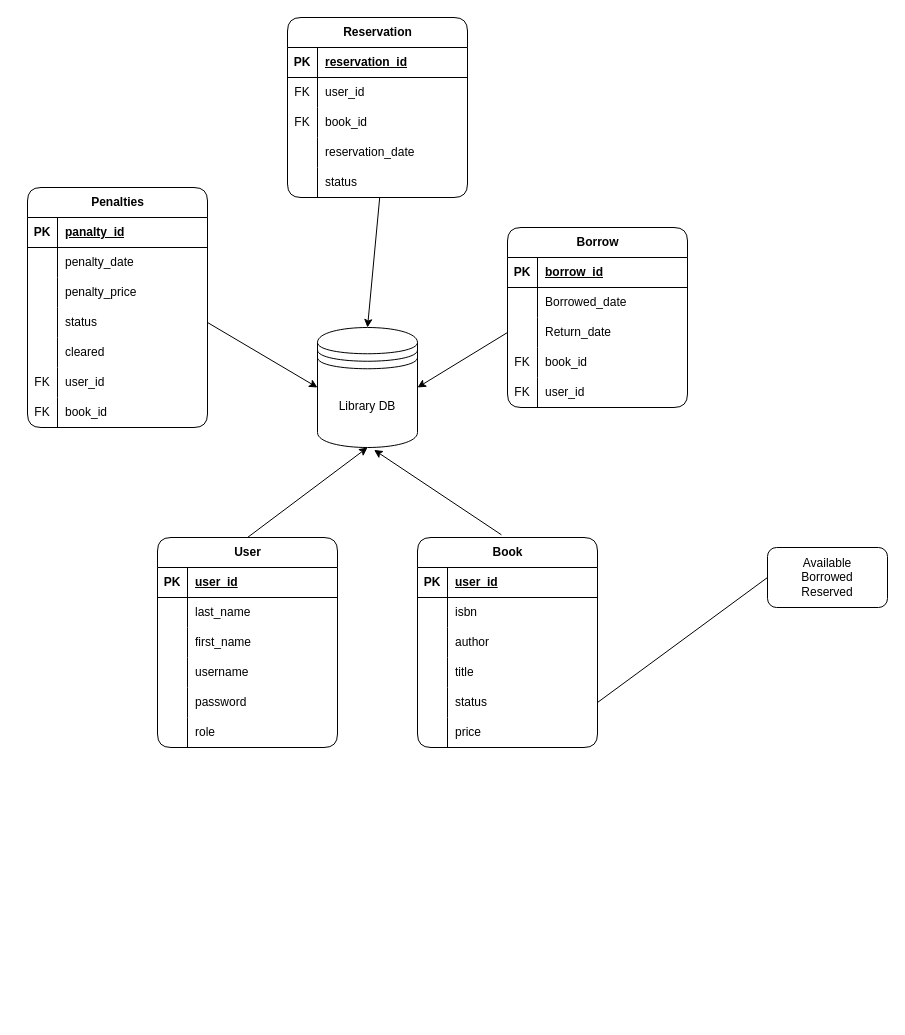
Above: library_system/librarysystemrevised.drawio in ellerib/AP3 (draw.io), before the change. Source tidied: cells renumbered, new cells numbered last; positions are measured from the earlier drawing's top-left corner, leaving out a move shared by most shapes. Both pictures are drawn from the tidied source at 100%, with x=0, y=0 at pixel (27, 17).
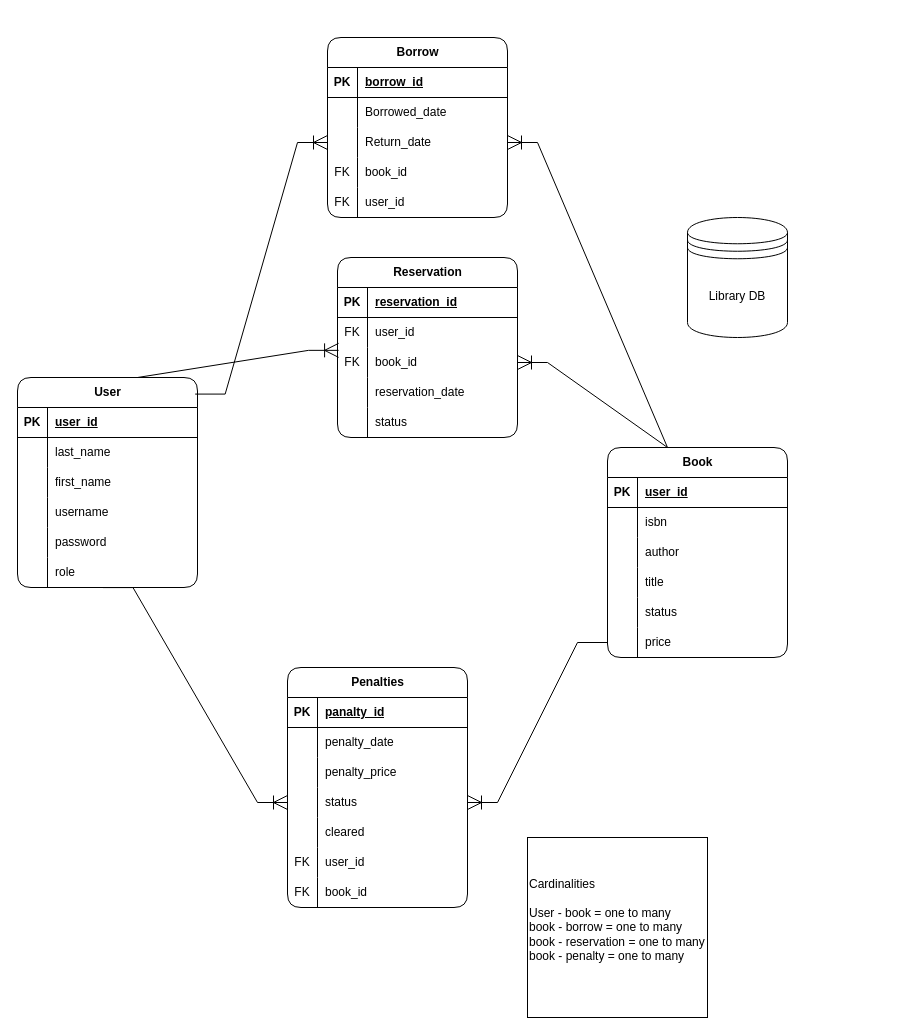
After the change.

Unchanged cells that the change refers to:
```xml
<mxCell id="18" style="shape=tableRow;horizontal=0;startSize=0;swimlaneHead=0;swimlaneBody=0;fillColor=none;points=[[0,0.5],[1,0.5]];portConstraint=eastwest;top=0;left=0;right=0;bottom=0;" parent="2" vertex="1">
  <mxGeometry y="180" width="180" height="30" as="geometry" />
</mxCell>
<mxCell id="34" style="shape=tableRow;horizontal=0;startSize=0;swimlaneHead=0;swimlaneBody=0;fillColor=none;points=[[0,0.5],[1,0.5]];portConstraint=eastwest;top=0;left=0;right=0;bottom=0;" parent="21" vertex="1">
  <mxGeometry y="150" width="180" height="30" as="geometry" />
</mxCell>
<mxCell id="37" style="shape=tableRow;horizontal=0;startSize=0;swimlaneHead=0;swimlaneBody=0;fillColor=none;points=[[0,0.5],[1,0.5]];portConstraint=eastwest;top=0;left=0;right=0;bottom=0;" parent="21" vertex="1">
  <mxGeometry y="180" width="180" height="30" as="geometry" />
</mxCell>
<mxCell id="52" style="shape=tableRow;horizontal=0;startSize=0;swimlaneHead=0;swimlaneBody=0;fillColor=none;points=[[0,0.5],[1,0.5]];portConstraint=eastwest;top=0;left=0;right=0;bottom=0;" parent="45" vertex="1">
  <mxGeometry y="90" width="180" height="30" as="geometry" />
</mxCell>
<mxCell id="68" style="shape=tableRow;horizontal=0;startSize=0;swimlaneHead=0;swimlaneBody=0;fillColor=none;points=[[0,0.5],[1,0.5]];portConstraint=eastwest;top=0;left=0;right=0;bottom=0;" parent="61" vertex="1">
  <mxGeometry y="90" width="180" height="30" as="geometry" />
</mxCell>
<mxCell id="74" style="shape=tableRow;horizontal=0;startSize=0;swimlaneHead=0;swimlaneBody=0;fillColor=none;points=[[0,0.5],[1,0.5]];portConstraint=eastwest;top=0;left=0;right=0;bottom=0;" parent="61" vertex="1">
  <mxGeometry y="150" width="180" height="30" as="geometry" />
</mxCell>
<mxCell id="87" style="shape=tableRow;horizontal=0;startSize=0;swimlaneHead=0;swimlaneBody=0;fillColor=none;points=[[0,0.5],[1,0.5]];portConstraint=eastwest;top=0;left=0;right=0;bottom=0;" parent="77" vertex="1">
  <mxGeometry y="120" width="180" height="30" as="geometry" />
</mxCell>
```

Change to the diagram source:
```diff
@@
     <mxCell id="2" value="User" style="shape=table;startSize=30;childLayout=tableLayout;rowLines=0;fontStyle=1;align=center;html=1;rounded=1;" parent="1" vertex="1">
-      <mxGeometry x="130" y="520" width="180" height="210" as="geometry" />
+      <mxGeometry x="-10" y="360" width="180" height="210" as="geometry" />
     </mxCell>
@@
     <mxCell id="21" value="Book" style="shape=table;startSize=30;childLayout=tableLayout;rowLines=0;fontStyle=1;align=center;html=1;rounded=1;" parent="1" vertex="1">
-      <mxGeometry x="390" y="520" width="180" height="210" as="geometry" />
+      <mxGeometry x="580" y="430" width="180" height="210" as="geometry" />
     </mxCell>
@@
-    <mxCell id="40" value="Available&lt;div&gt;Borrowed&lt;/div&gt;&lt;div&gt;Reserved&lt;/div&gt;" style="rounded=1;whiteSpace=wrap;html=1;" parent="1" vertex="1">
-      <mxGeometry x="740" y="530" width="120" height="60" as="geometry" />
-    </mxCell>
-    <mxCell id="41" style="endArrow=none;html=1;rounded=0;entryX=1;entryY=0.5;entryDx=0;entryDy=0;exitX=0;exitY=0.5;exitDx=0;exitDy=0;" parent="1" edge="1" source="40" target="34">
-      <mxGeometry relative="1" as="geometry" />
-    </mxCell>
-    <mxCell id="42" style="endArrow=classic;html=1;rounded=0;exitX=0.5;exitY=0;exitDx=0;exitDy=0;entryX=0.5;entryY=1;entryDx=0;entryDy=0;" parent="1" edge="1" source="2" target="44">
-      <mxGeometry relative="1" as="geometry" />
-    </mxCell>
-    <mxCell id="43" style="endArrow=classic;html=1;rounded=0;exitX=0.466;exitY=-0.013;exitDx=0;exitDy=0;exitPerimeter=0;entryX=0.566;entryY=1.02;entryDx=0;entryDy=0;entryPerimeter=0;" parent="1" edge="1" source="21" target="44">
-      <mxGeometry relative="1" as="geometry" />
-    </mxCell>
     <mxCell id="44" value="Library DB" style="shape=datastore;whiteSpace=wrap;html=1;" parent="1" vertex="1">
-      <mxGeometry x="290" y="310" width="100" height="120" as="geometry" />
+      <mxGeometry x="660" y="200" width="100" height="120" as="geometry" />
     </mxCell>
     <mxCell id="45" value="Borrow" style="shape=table;startSize=30;childLayout=tableLayout;rowLines=0;fontStyle=1;align=center;html=1;rounded=1;" parent="1" vertex="1">
-      <mxGeometry x="480" y="210" width="180" height="180" as="geometry" />
+      <mxGeometry x="300" y="20" width="180" height="180" as="geometry" />
     </mxCell>
@@
     <mxCell id="61" value="Reservation" style="shape=table;startSize=30;childLayout=tableLayout;rowLines=0;fontStyle=1;align=center;html=1;rounded=1;shadow=0;swimlaneLine=1;" parent="1" vertex="1">
-      <mxGeometry x="260" width="180" height="180" as="geometry" />
+      <mxGeometry x="310" y="240" width="180" height="180" as="geometry" />
     </mxCell>
@@
     <mxCell id="77" value="Penalties" style="shape=table;startSize=30;childLayout=tableLayout;rowLines=0;fontStyle=1;align=center;html=1;rounded=1;" parent="1" vertex="1">
-      <mxGeometry y="170" width="180" height="240" as="geometry" />
+      <mxGeometry x="260" y="650" width="180" height="240" as="geometry" />
     </mxCell>
@@
-    <mxCell id="99" style="endArrow=classic;html=1;rounded=0;exitX=1;exitY=0.5;exitDx=0;exitDy=0;entryX=0;entryY=0.5;entryDx=0;entryDy=0;" parent="1" edge="1" source="87" target="44">
-      <mxGeometry relative="1" as="geometry" />
-    </mxCell>
-    <mxCell id="100" style="endArrow=classic;html=1;rounded=0;entryX=0.5;entryY=0;entryDx=0;entryDy=0;exitX=0.512;exitY=1.016;exitDx=0;exitDy=0;exitPerimeter=0;" parent="1" edge="1" source="74" target="44">
-      <mxGeometry relative="1" as="geometry" />
-    </mxCell>
-    <mxCell id="101" style="endArrow=classic;html=1;rounded=0;entryX=1;entryY=0.5;entryDx=0;entryDy=0;exitX=0;exitY=0.5;exitDx=0;exitDy=0;" parent="1" edge="1" source="52" target="44">
-      <mxGeometry relative="1" as="geometry" />
-    </mxCell>
+    <mxCell id="102" style="edgeStyle=entityRelationEdgeStyle;fontSize=12;html=1;endArrow=ERoneToMany;rounded=0;exitX=0.5;exitY=0;exitDx=0;exitDy=0;entryX=1;entryY=0.5;entryDx=0;entryDy=0;startSize=11;endSize=12;" parent="1" edge="1" source="21" target="52">
+      <mxGeometry relative="1" as="geometry" />
+    </mxCell>
+    <mxCell id="103" style="edgeStyle=entityRelationEdgeStyle;fontSize=12;html=1;endArrow=ERoneToMany;rounded=0;entryX=1;entryY=0.5;entryDx=0;entryDy=0;startSize=11;endSize=12;" parent="1" edge="1" source="37" target="87">
+      <mxGeometry relative="1" as="geometry" />
+    </mxCell>
+    <mxCell id="104" style="edgeStyle=entityRelationEdgeStyle;fontSize=12;html=1;endArrow=ERoneToMany;rounded=0;exitX=0.5;exitY=0;exitDx=0;exitDy=0;startSize=11;endSize=12;" parent="1" edge="1" source="21" target="68">
+      <mxGeometry relative="1" as="geometry" />
+    </mxCell>
+    <mxCell id="105" style="edgeStyle=entityRelationEdgeStyle;fontSize=12;html=1;endArrow=ERoneToMany;rounded=0;exitX=0.987;exitY=0.079;exitDx=0;exitDy=0;entryX=0;entryY=0.5;entryDx=0;entryDy=0;startSize=11;endSize=12;exitPerimeter=0;" parent="1" edge="1" source="2" target="52">
+      <mxGeometry relative="1" as="geometry" />
+    </mxCell>
+    <mxCell id="106" style="edgeStyle=entityRelationEdgeStyle;fontSize=12;html=1;endArrow=ERoneToMany;rounded=0;exitX=0.475;exitY=1.003;exitDx=0;exitDy=0;entryX=0;entryY=0.5;entryDx=0;entryDy=0;startSize=11;endSize=12;exitPerimeter=0;" parent="1" edge="1" source="18" target="87">
+      <mxGeometry relative="1" as="geometry" />
+    </mxCell>
+    <mxCell id="107" style="edgeStyle=entityRelationEdgeStyle;fontSize=12;html=1;endArrow=ERoneToMany;rounded=0;startSize=11;endSize=12;exitX=0.5;exitY=0;exitDx=0;exitDy=0;entryX=0.006;entryY=0.095;entryDx=0;entryDy=0;entryPerimeter=0;" parent="1" edge="1" source="2" target="68">
+      <mxGeometry relative="1" as="geometry">
+        <Array as="points">
+          <mxPoint x="350" y="460" />
+          <mxPoint x="230" y="-140" />
+        </Array>
+      </mxGeometry>
+    </mxCell>
+    <mxCell id="108" value="&lt;div&gt;&lt;font&gt;Cardinalities&lt;/font&gt;&lt;/div&gt;&lt;div&gt;&lt;font&gt;&lt;br&gt;&lt;/font&gt;&lt;/div&gt;&lt;div&gt;&lt;font&gt;User - book = one to many&lt;/font&gt;&lt;/div&gt;&lt;div&gt;&lt;font&gt;book - borrow = one to many&lt;/font&gt;&lt;/div&gt;&lt;div&gt;&lt;font&gt;book - reservation = one to many&lt;/font&gt;&lt;/div&gt;&lt;div&gt;&lt;font&gt;book - penalty = one to many&lt;/font&gt;&lt;/div&gt;&lt;div&gt;&lt;br&gt;&lt;/div&gt;" style="whiteSpace=wrap;html=1;align=left;fontSize=12;" parent="1" vertex="1">
+      <mxGeometry x="500" y="820" width="180" height="180" as="geometry" />
+    </mxCell>
```
